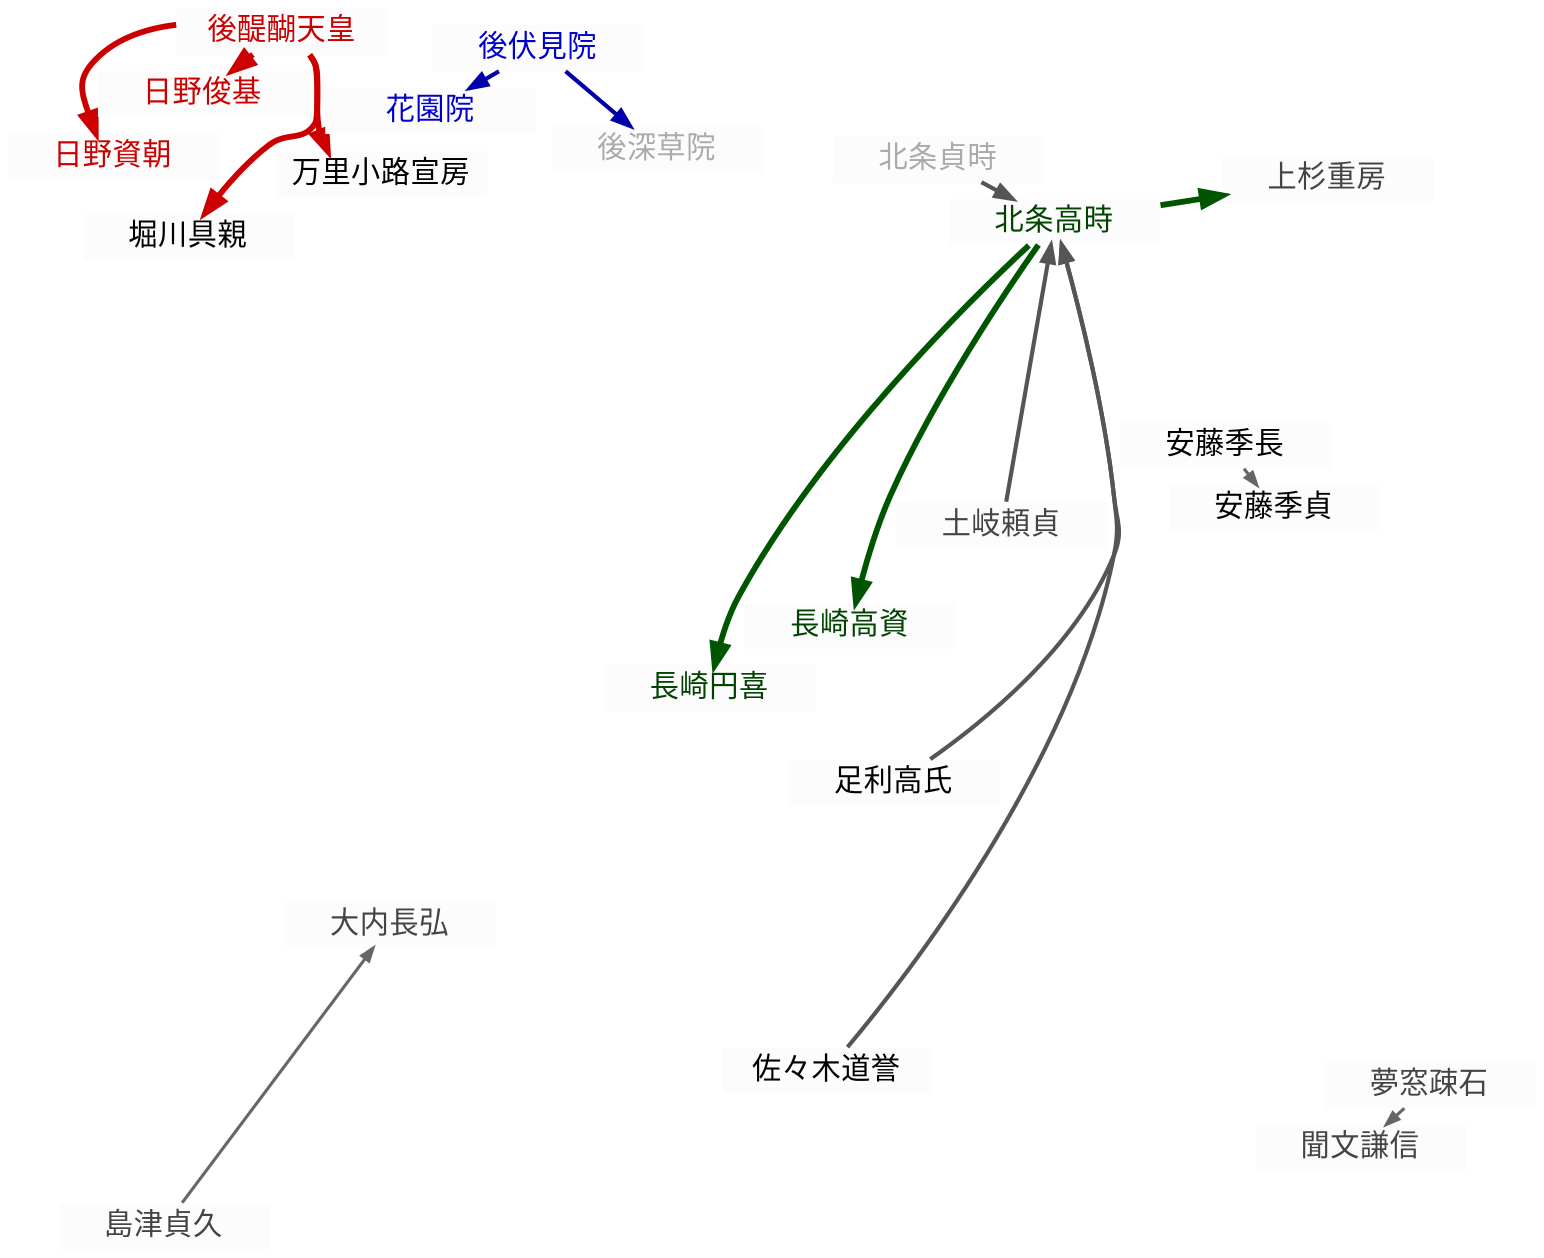
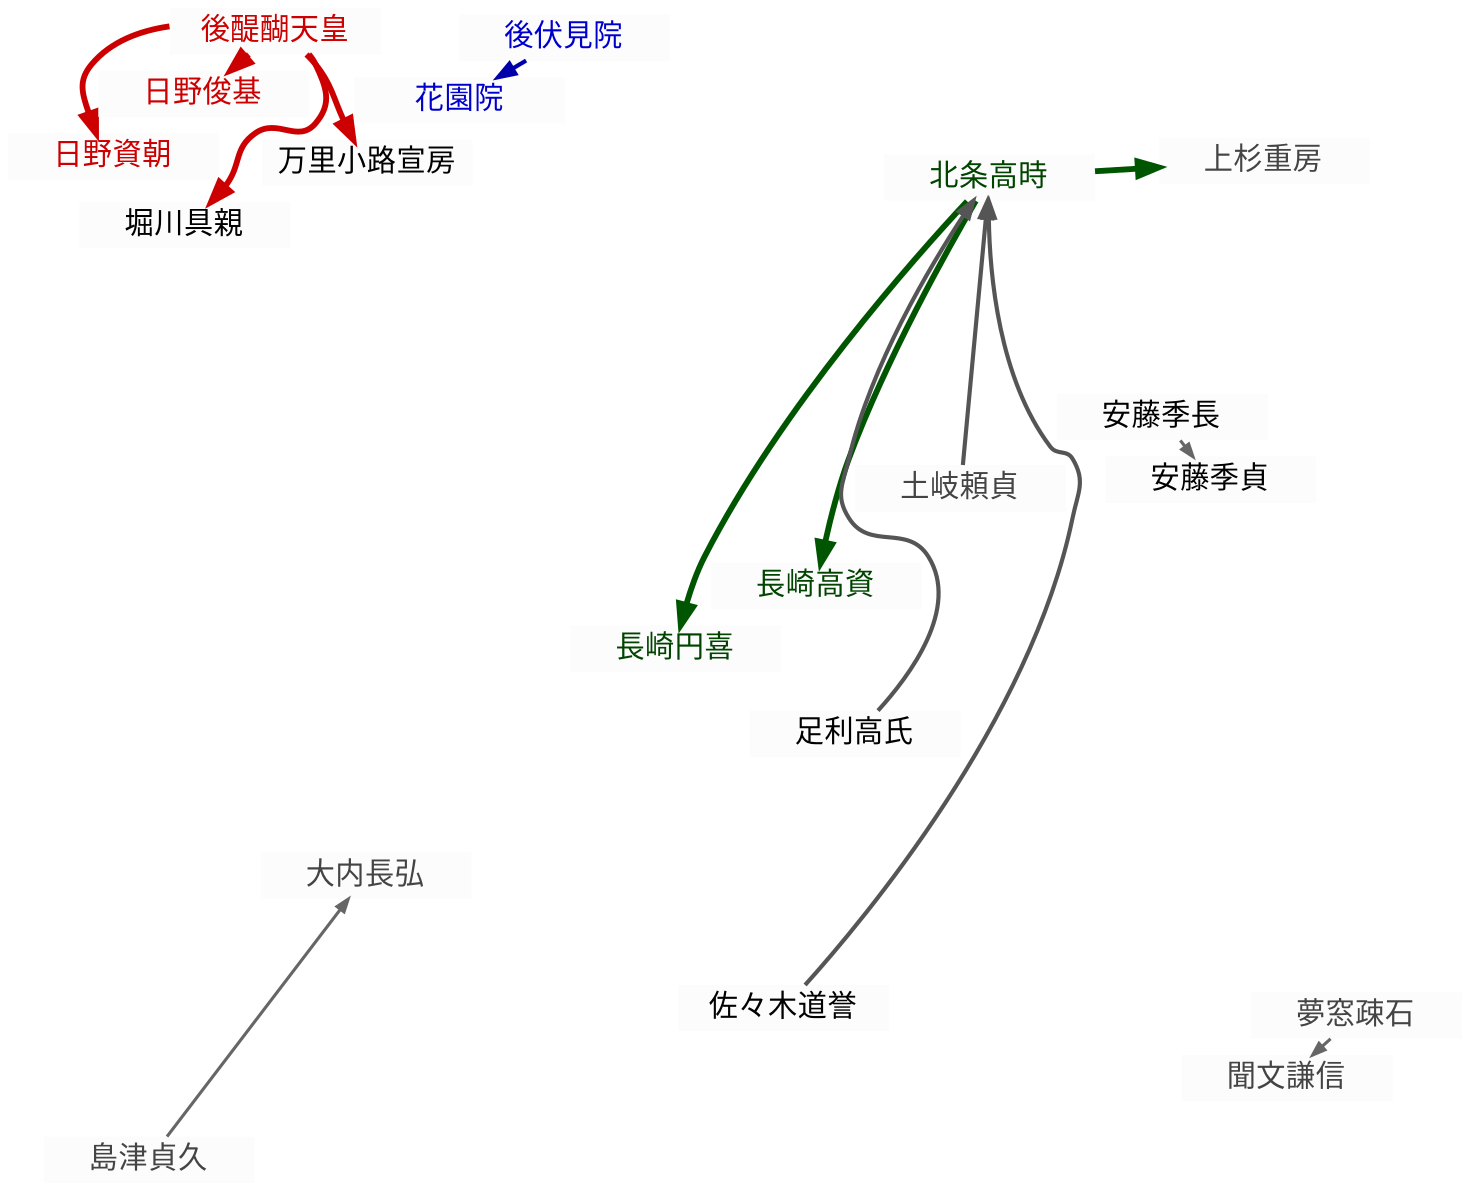
digraph timeline_1326_03 {
    # 1. 全体設定
    graph [
        charset = "UTF-8";
        layout = neato;
        overlap = false;
        sep = "+4";
        bgcolor = "#ffffff";
        splines = true;
    ];

    # 2. ノードデフォルト設定
    node [
        shape = box;
        style = "filled";
        fillcolor = "#fcfcfc";
        color = "#fcfcfc";
        penwidth = 0.1;
        fontname = "sans-serif";
        width = 1.4;
        height = 0.3;
        fixedsize = true;
    ];

    # 3. エッジデフォルト設定
    edge [
        dir = forward;
        arrowhead = normal;
        fontname = "sans-serif";
    ];

    # 4. ノード定義
    # 大覚寺統・討幕過激派
    godaigo_tenno        [label="後醍醐天皇", pos="-4.82,6.44!", fontcolor="#cc0000", tooltip="大覚寺統。討幕を画策する。", URL="https://ja.wikipedia.org/wiki/後醍醐天皇", target="_blank"];
    hino_suketomo        [label="日野資朝", pos="-5.88,5.62!", fontcolor="#cc0000", tooltip="討幕計画の主要人物。", URL="https://ja.wikipedia.org/wiki/日野資朝", target="_blank"];
    hino_toshimoto       [label="日野俊基", pos="-5.41,5.94!", fontcolor="#cc0000", tooltip="討幕計画の主要人物。", URL="https://ja.wikipedia.org/wiki/日野俊基", target="_blank"];
    madenokoji_nobufusa  [label="万里小路宣房", pos="-4.12,5.21!", fontcolor="#000000", tooltip="後醍醐の側近。", URL="https://ja.wikipedia.org/wiki/万里小路宣房", target="_blank"];
    horikawa_tomochika   [label="堀川具親", pos="-5.15,4.85!", fontcolor="#000000", tooltip="公卿。", URL="https://ja.wikipedia.org/wiki/堀川具親", target="_blank"];

    # 持明院統
    gofushimi_in         [label="後伏見院", pos="-2.81,6.14!", fontcolor="#0000cc", tooltip="持明院統。幕府の支持を受ける。", URL="https://ja.wikipedia.org/wiki/後伏見天皇", target="_blank"];
    hanazono_in          [label="花園院", pos="-3.24,5.88!", fontcolor="#0000cc", tooltip="持明院統。", URL="https://ja.wikipedia.org/wiki/花園天皇", target="_blank"];
-     gofukakusa_in        [label="後深草院", pos="-2.11,5.66!", fontcolor="#aaaaaa", tooltip="持明院統。", URL="https://ja.wikipedia.org/wiki/後深草天皇", target="_blank"];

    # 鎌倉幕府
    hojo_takatoki        [label="北条高時", pos="2.41,4.89!", fontcolor="#004400", tooltip="鎌倉幕府得宗。", URL="https://ja.wikipedia.org/wiki/北条高時", target="_blank"];
-     hojo_sadatoki        [label="北条貞時", pos="1.98,5.12!", fontcolor="#aaaaaa", tooltip="鎌倉幕府得宗。", URL="https://ja.wikipedia.org/wiki/北条貞時", target="_blank"];
    nagasaki_takasuke    [label="長崎高資", pos="0.24,0.48!", fontcolor="#004400", tooltip="鎌倉幕府内管領。", URL="https://ja.wikipedia.org/wiki/長崎高資", target="_blank"];
    nagasaki_enki        [label="長崎円喜", pos="-0.12,0.32!", fontcolor="#004400", tooltip="鎌倉幕府内管領。", URL="https://ja.wikipedia.org/wiki/長崎円喜", target="_blank"];
    uesugi_shigefusa     [label="上杉重房", pos="5.42,5.12!", fontcolor="#444444", tooltip="有力御家人。", URL="https://ja.wikipedia.org/wiki/上杉重房", target="_blank"];

    # 武士・その他
-     ando_suehisa         [label="安藤季長", pos="4.52,2.41!", fontcolor="#000000", tooltip="安藤氏の乱当事者。幕府へ上訴中。", URL="https://ja.wikipedia.org/wiki/安藤氏_(鎌倉時代)", target="_blank"];
-     ando_suesada         [label="安藤季貞", pos="4.88,1.95!", fontcolor="#000000", tooltip="安藤氏の乱当事者。幕府へ上訴中。", URL="https://ja.wikipedia.org/wiki/安藤氏_(鎌倉時代)", target="_blank"];
-     ashikaga_takauji     [label="足利高氏", pos="1.15,-0.85!", fontcolor="#000000", tooltip="鎌倉幕府の有力御家人。", URL="https://ja.wikipedia.org/wiki/足利尊氏", target="_blank"];
+     ando_suehisa         [label="安藤季長", pos="4.52,2.41!", fontcolor="#000000", tooltip="安藤氏の乱当事者。", URL="https://ja.wikipedia.org/wiki/安藤氏_(鎌倉時代)", target="_blank"];
+     ando_suesada         [label="安藤季貞", pos="4.88,1.95!", fontcolor="#000000", tooltip="安藤氏の乱当事者。", URL="https://ja.wikipedia.org/wiki/安藤氏_(鎌倉時代)", target="_blank"];
+     ashikaga_takauji     [label="足利高氏", pos="1.15,-0.85!", fontcolor="#000000", tooltip="鎌倉幕府の有力御家人。後の尊氏。", URL="https://ja.wikipedia.org/wiki/足利尊氏", target="_blank"];
    sasaki_doyo          [label="佐々木道誉", pos="0.68,-3.62!", fontcolor="#000000", tooltip="幕府の有力御家人。", URL="https://ja.wikipedia.org/wiki/佐々木道誉", target="_blank"];
    toki_yorisada        [label="土岐頼貞", pos="2.12,1.65!", fontcolor="#444444", tooltip="有力武士。", URL="https://ja.wikipedia.org/wiki/土岐頼貞", target="_blank"];
    shimazu_sadahisa     [label="島津貞久", pos="-5.72,-5.12!", fontcolor="#444444", tooltip="有力武士。", URL="https://ja.wikipedia.org/wiki/島津貞久", target="_blank"];
    ouchi_nagahiro       [label="大内長弘", pos="-3.45,-2.12!", fontcolor="#444444", tooltip="有力武士。", URL="https://ja.wikipedia.org/wiki/大内長弘", target="_blank"];
    muso_soseki          [label="夢窓疎石", pos="6.45,-3.85!", fontcolor="#444444", tooltip="禅僧。", URL="https://ja.wikipedia.org/wiki/夢窓疎石", target="_blank"];
    monbun_kenshin       [label="聞文謙信", pos="5.82,-4.42!", fontcolor="#444444", tooltip="僧侶。", URL="https://ja.wikipedia.org/wiki/聞文謙信", target="_blank"];

    # 5. エッジ定義
    # 重要度：太（指令・統制）
    edge [penwidth=2.8, arrowsize=1.0, color="#cc0000"];
    godaigo_tenno -> hino_suketomo [tooltip="討幕計画の指令。"];
    godaigo_tenno -> hino_toshimoto [tooltip="討幕計画の指令。"];
    godaigo_tenno -> madenokoji_nobufusa [tooltip="後醍醐の側近。"];
    godaigo_tenno -> horikawa_tomochika [tooltip="宮方の公卿。"];

    edge [color="#005500"];
    hojo_takatoki -> nagasaki_takasuke [tooltip="幕府の支配体制。"];
    hojo_takatoki -> nagasaki_enki [tooltip="幕府の支配体制。"];
    hojo_takatoki -> uesugi_shigefusa [tooltip="鎌倉幕府の有力御家人。"];

    # 重要度：中（連帯・君臣）
    edge [penwidth=2.0, arrowsize=0.8, color="#555555"];
-     hojo_sadatoki -> hojo_takatoki [tooltip="得宗家嫡流。"];
    ashikaga_takauji -> hojo_takatoki [tooltip="将軍への忠誠。"];
    sasaki_doyo -> hojo_takatoki [tooltip="幕府御家人としての関係。"];
    toki_yorisada -> hojo_takatoki [tooltip="有力武士。"];

    edge [color="#0000aa"];
    gofushimi_in -> hanazono_in [tooltip="持明院統の連携。"];
-     gofushimi_in -> gofukakusa_in [tooltip="持明院統の先祖。"];

    # 重要度：細（一門・周辺連携）
    edge [penwidth=1.5, arrowsize=0.6, color="#666666"];
    ando_suehisa -> ando_suesada [tooltip="安藤氏一門。"];
    muso_soseki -> monbun_kenshin [tooltip="禅僧と僧侶。"];
    shimazu_sadahisa -> ouchi_nagahiro [tooltip="諸国の有力武士。"];
}